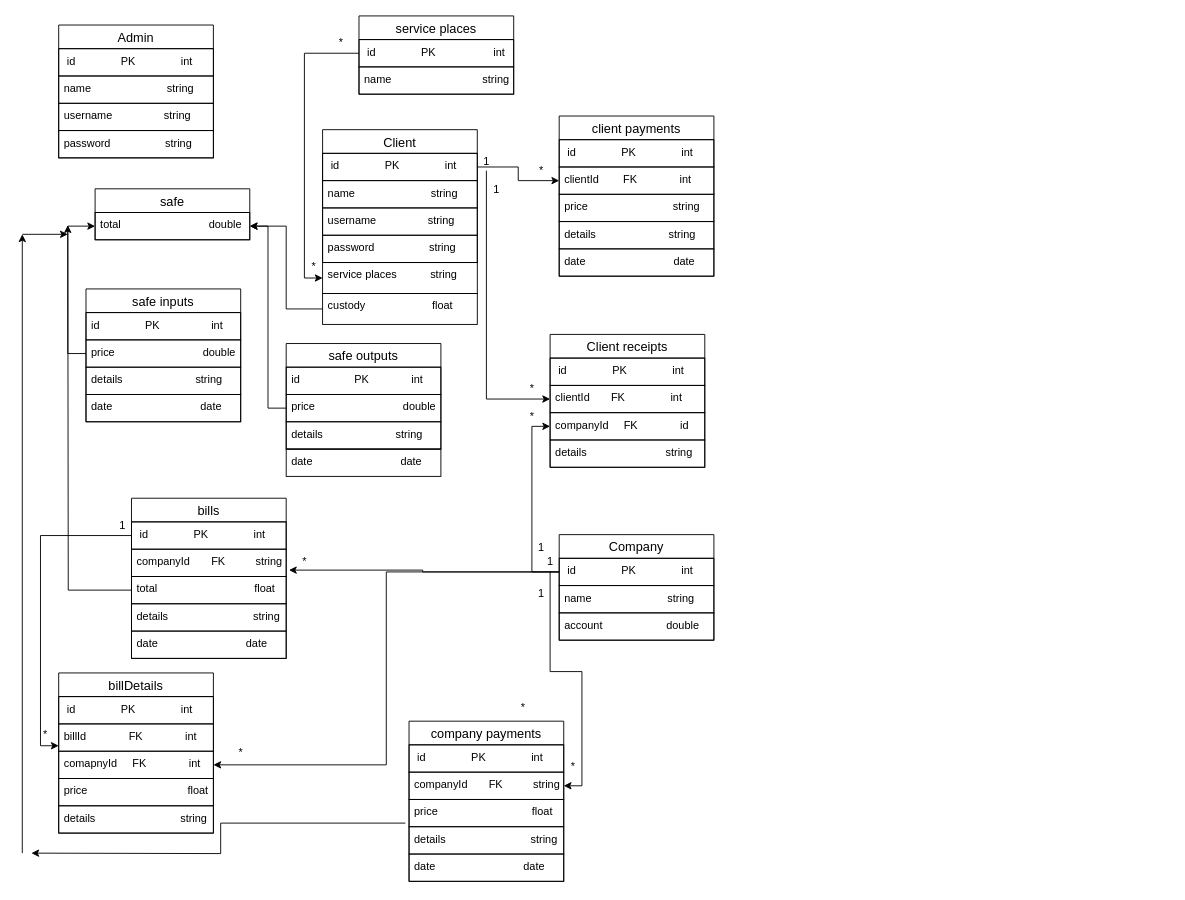
Before: page "schema" (1 of 3) of system-design.drawio in mohammedlokma/system-frontend, a draw.io diagram. Source tidied: cells renumbered, new cells numbered last; positions are measured from the earlier drawing's top-left corner, leaving out a move shared by most shapes. Both pictures are drawn from the tidied source at 91%, with x=0, y=0 at pixel (22, 15).
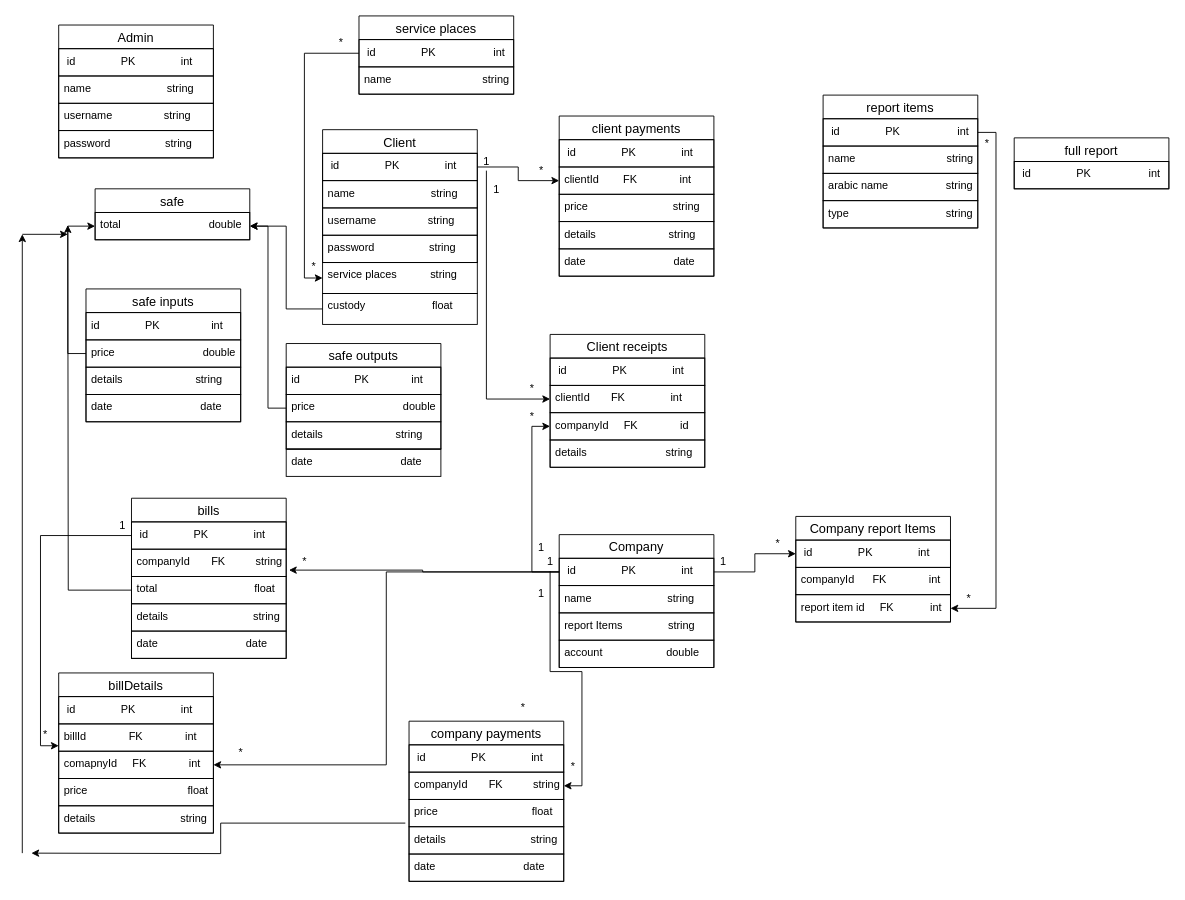
Above is the later version.

Unchanged cells that the change refers to:
```xml
<mxCell id="34" value=" id               PK               int" style="text;strokeColor=default;fillColor=none;spacingLeft=4;spacingRight=4;overflow=hidden;points=[[0,0.5],[1,0.5]];portConstraint=eastwest;fontSize=12;" parent="33" vertex="1">
  <mxGeometry y="26" width="170" height="30" as="geometry" />
</mxCell>
```

What changed in the source:
```diff
@@
     <mxCell id="33" value="Company" style="swimlane;fontStyle=0;horizontal=1;startSize=26;align=center;fontSize=14;" parent="1" vertex="1">
-      <mxGeometry x="590" y="570" width="170" height="116" as="geometry" />
+      <mxGeometry x="590" y="570" width="170" height="146" as="geometry" />
     </mxCell>
@@
+    <mxCell id="93" value="report Items               string" style="text;strokeColor=default;fillColor=none;spacingLeft=4;spacingRight=4;overflow=hidden;fontSize=12;" parent="33" vertex="1">
+      <mxGeometry y="86" width="170" height="30" as="geometry" />
+    </mxCell>
     <mxCell id="36" value="account                     double" style="text;strokeColor=default;fillColor=none;spacingLeft=4;spacingRight=4;overflow=hidden;fontSize=12;" parent="33" vertex="1">
-      <mxGeometry y="86" width="170" height="30" as="geometry" />
+      <mxGeometry y="116" width="170" height="30" as="geometry" />
     </mxCell>
@@
+    <mxCell id="94" value="report items" style="swimlane;fontStyle=0;horizontal=1;startSize=26;align=center;fontSize=14;border=5;" parent="1" vertex="1">
+      <mxGeometry x="880" y="87" width="170" height="146" as="geometry" />
+    </mxCell>
+    <mxCell id="95" value=" id               PK                   int" style="text;strokeColor=default;fillColor=none;spacingLeft=4;spacingRight=4;overflow=hidden;points=[[0,0.5],[1,0.5]];portConstraint=eastwest;fontSize=12;&#10;border:1;" parent="94" vertex="1">
+      <mxGeometry y="26" width="170" height="30" as="geometry" />
+    </mxCell>
+    <mxCell id="96" value="name                              string" style="text;strokeColor=default;fillColor=none;spacingLeft=4;spacingRight=4;overflow=hidden;fontSize=12;border=2;" parent="94" vertex="1">
+      <mxGeometry y="56" width="170" height="30" as="geometry" />
+    </mxCell>
+    <mxCell id="97" value="arabic name                   string" style="text;strokeColor=default;fillColor=none;spacingLeft=4;spacingRight=4;overflow=hidden;fontSize=12;border=2;" parent="94" vertex="1">
+      <mxGeometry y="86" width="170" height="30" as="geometry" />
+    </mxCell>
+    <mxCell id="98" value="type                                string" style="text;strokeColor=default;fillColor=none;spacingLeft=4;spacingRight=4;overflow=hidden;fontSize=12;border=2;" parent="94" vertex="1">
+      <mxGeometry y="116" width="170" height="30" as="geometry" />
+    </mxCell>
+    <mxCell id="99" value="full report" style="swimlane;fontStyle=0;horizontal=1;startSize=26;align=center;fontSize=14;border=5;" parent="1" vertex="1">
+      <mxGeometry x="1090" y="134" width="170" height="56" as="geometry" />
+    </mxCell>
+    <mxCell id="100" value=" id               PK                   int" style="text;strokeColor=default;fillColor=none;spacingLeft=4;spacingRight=4;overflow=hidden;fontSize=12;&#10;border:1;" parent="99" vertex="1">
+      <mxGeometry y="26" width="170" height="30" as="geometry" />
+    </mxCell>
+    <mxCell id="101" value="Company report Items" style="swimlane;fontStyle=0;horizontal=1;startSize=26;align=center;fontSize=14;" parent="1" vertex="1">
+      <mxGeometry x="850" y="550" width="170" height="116" as="geometry" />
+    </mxCell>
+    <mxCell id="102" value=" id               PK               int" style="text;strokeColor=default;fillColor=none;spacingLeft=4;spacingRight=4;overflow=hidden;points=[[0,0.5],[1,0.5]];portConstraint=eastwest;fontSize=12;" parent="101" vertex="1">
+      <mxGeometry y="26" width="170" height="30" as="geometry" />
+    </mxCell>
+    <mxCell id="103" value="companyId      FK              int" style="text;strokeColor=default;fillColor=none;spacingLeft=4;spacingRight=4;overflow=hidden;fontSize=12;" parent="101" vertex="1">
+      <mxGeometry y="56" width="170" height="30" as="geometry" />
+    </mxCell>
+    <mxCell id="104" value="report item id     FK            int" style="text;strokeColor=default;fillColor=none;spacingLeft=4;spacingRight=4;overflow=hidden;points=[[0,0.5],[1,0.5]];portConstraint=eastwest;fontSize=12;" parent="101" vertex="1">
+      <mxGeometry y="86" width="170" height="30" as="geometry" />
+    </mxCell>
+    <mxCell id="105" style="edgeStyle=orthogonalEdgeStyle;rounded=0;jettySize=auto;html=1;" parent="1" edge="1" source="34" target="102">
+      <mxGeometry relative="1" as="geometry" />
+    </mxCell>
+    <mxCell id="106" value="1" style="text;html=1;align=center;verticalAlign=middle;strokeColor=none;fillColor=none;" parent="1" vertex="1">
+      <mxGeometry x="755" y="585" width="30" height="30" as="geometry" />
+    </mxCell>
+    <mxCell id="107" value="*" style="text;html=1;align=center;verticalAlign=middle;strokeColor=none;fillColor=none;" parent="1" vertex="1">
+      <mxGeometry x="815" y="565" width="30" height="30" as="geometry" />
+    </mxCell>
+    <mxCell id="108" style="edgeStyle=orthogonalEdgeStyle;rounded=0;jettySize=auto;html=1;exitX=1;exitY=0.5;exitDx=0;exitDy=0;entryX=1;entryY=0.5;entryDx=0;entryDy=0;" parent="1" edge="1" source="95" target="104">
+      <mxGeometry relative="1" as="geometry" />
+    </mxCell>
+    <mxCell id="109" value="*" style="text;html=1;align=center;verticalAlign=middle;strokeColor=none;fillColor=none;" parent="1" vertex="1">
+      <mxGeometry x="1045" y="125" width="30" height="30" as="geometry" />
+    </mxCell>
+    <mxCell id="110" value="*" style="text;html=1;align=center;verticalAlign=middle;strokeColor=none;fillColor=none;" parent="1" vertex="1">
+      <mxGeometry x="1025" y="625" width="30" height="30" as="geometry" />
+    </mxCell>
```
